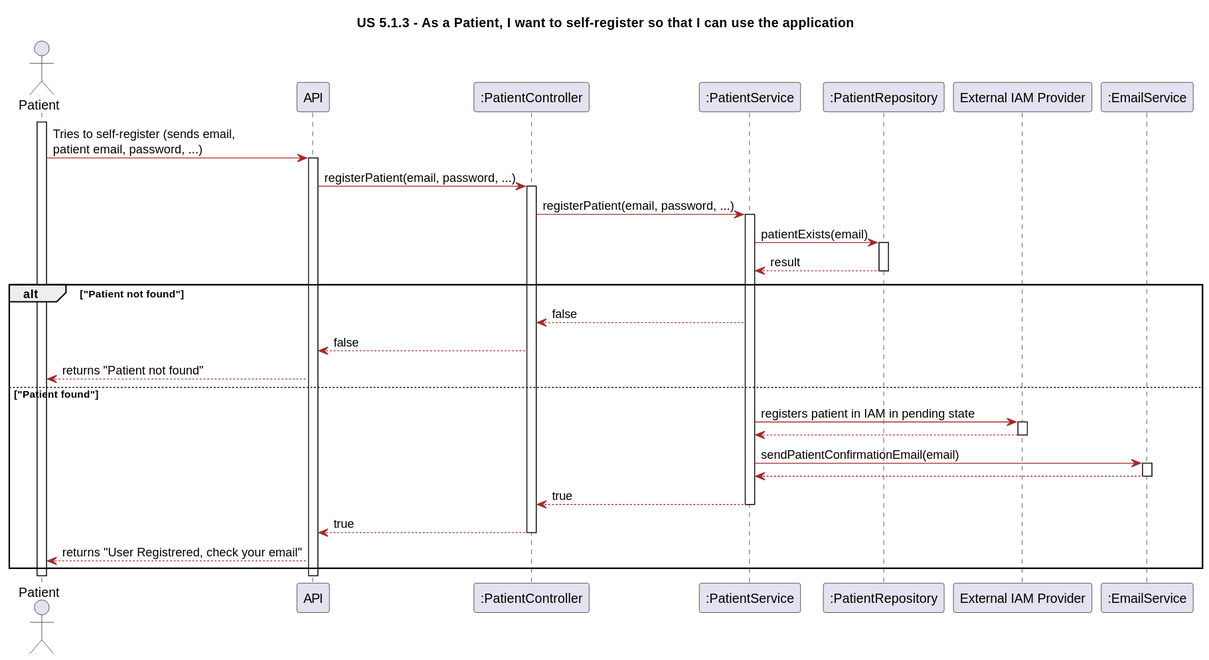
Before: Docs/Sprint1/UserStories/LAPR5/us513/design/svg/sequence-diagram.svg, a diagram exported from PlantUML (LAPR5-043/sem_5_24_25_043).
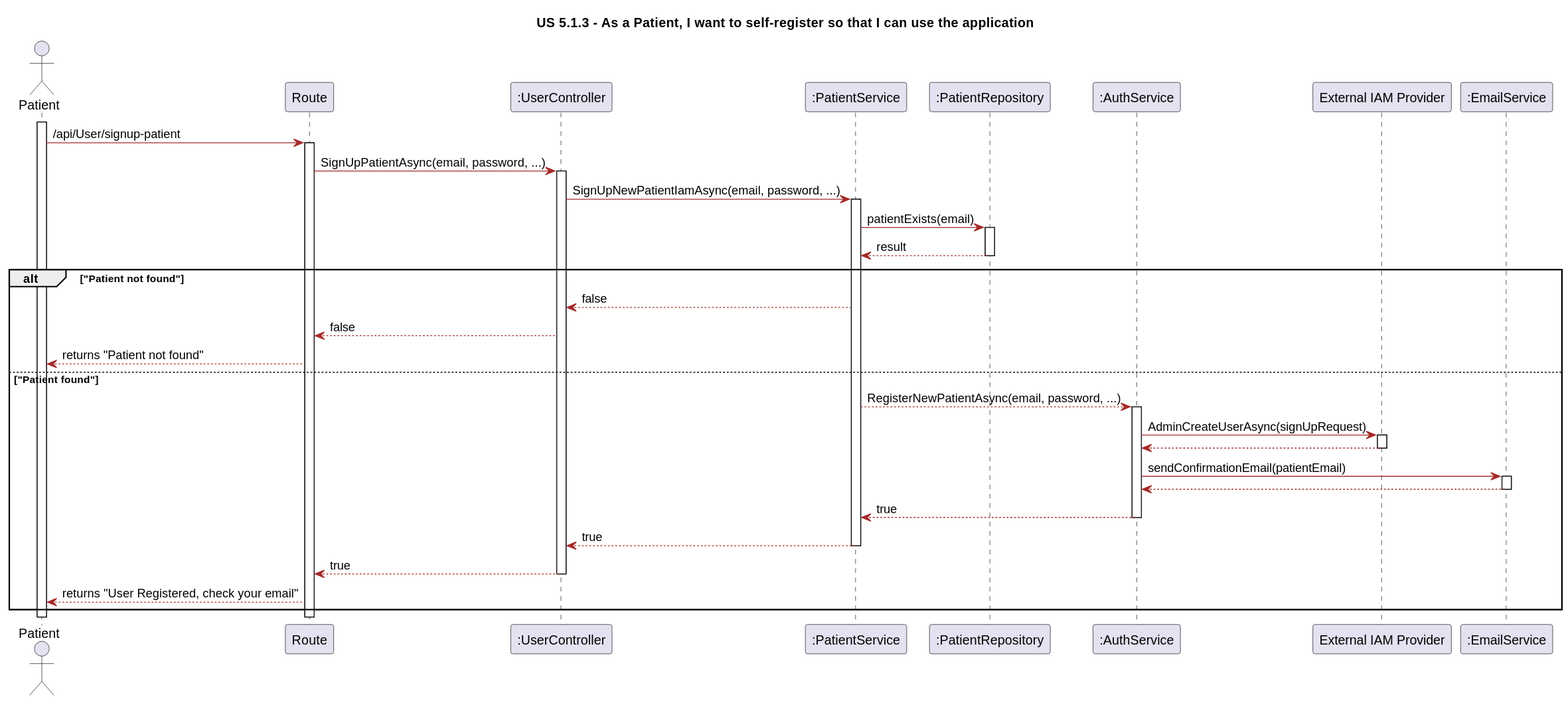
After the commit.

Change to the diagram source:
```diff
@@ -23,24 +23,25 @@
 
 actor "Patient" as P
 
-participant "API" as API
-participant ":PatientController" as PC
+participant "Route" as Route
+participant ":UserController" as UC
 participant ":PatientService" as PS
 participant ":PatientRepository" as PR
+participant ":AuthService" as AS
 participant "External IAM Provider" as IAM
 participant ":EmailService" as ES
 
 activate P
 
-P -> API: Tries to self-register (sends email, \npatient email, password, ...)
+P -> Route: /api/User/signup-patient
 
-activate API
+activate Route
 
-API -> PC: registerPatient(email, password, ...)
+Route -> UC: SignUpPatientAsync(email, password, ...)
 
-activate PC
+activate UC
 
-PC -> PS: registerPatient(email, password, ...)
+UC -> PS: SignUpNewPatientIamAsync(email, password, ...)
 
 activate PS
 
@@ -54,39 +55,47 @@
 
 alt "Patient not found"
 
-    PS --> PC: false
+    PS --> UC: false
 
-    PC --> API: false
+    UC --> Route: false
 
-    API --> P: returns "Patient not found"
+    Route --> P: returns "Patient not found"
 
 else "Patient found"
 
-    PS -> IAM: registers patient in IAM in pending state
+    PS --> AS: RegisterNewPatientAsync(email, password, ...)
+
+    activate AS
+
+    AS -> IAM: AdminCreateUserAsync(signUpRequest)
 
     activate IAM
 
-    IAM --> PS:
+    IAM --> AS:
 
     deactivate IAM
 
-    PS -> ES: sendPatientConfirmationEmail(email)
+    AS -> ES: sendConfirmationEmail(patientEmail)
 
     activate ES
 
-    ES --> PS:
+    ES --> AS:
 
     deactivate ES
 
-    PS --> PC: true
+    AS --> PS: true
+
+    deactivate AS
+
+    PS --> UC: true
 
     deactivate PS
 
-    PC --> API: true
+    UC --> Route: true
 
-    deactivate PC
+    deactivate UC
 
-    API --> P: returns "User Registrered, check your email"
+    Route --> P: returns "User Registered, check your email"
 
 end
 @enduml
```
